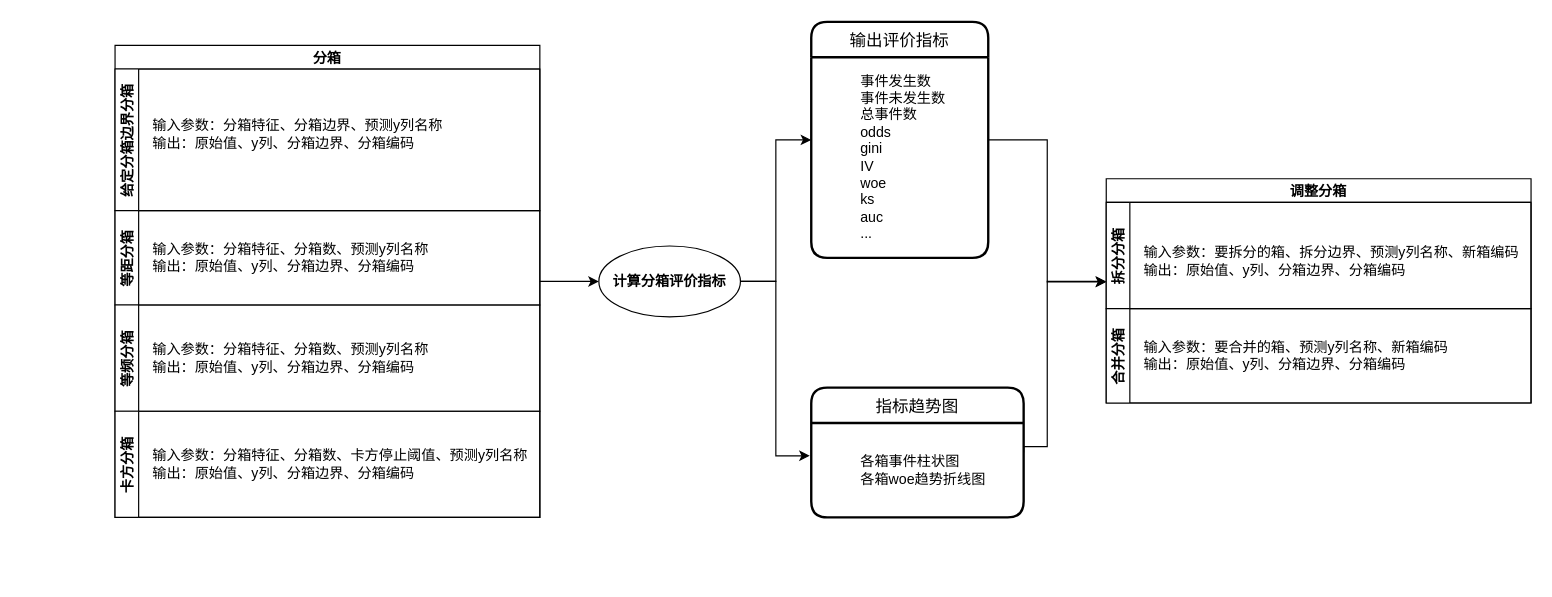
Earlier version of the draw.io diagram Untitled Diagram.drawio (muyu1202/drawio). Source tidied: cells renumbered, new cells numbered last; positions are measured from the earlier drawing's top-left corner, leaving out a move shared by most shapes. Both pictures are drawn from the tidied source at 118%, with x=0, y=0 at pixel (114, 21).
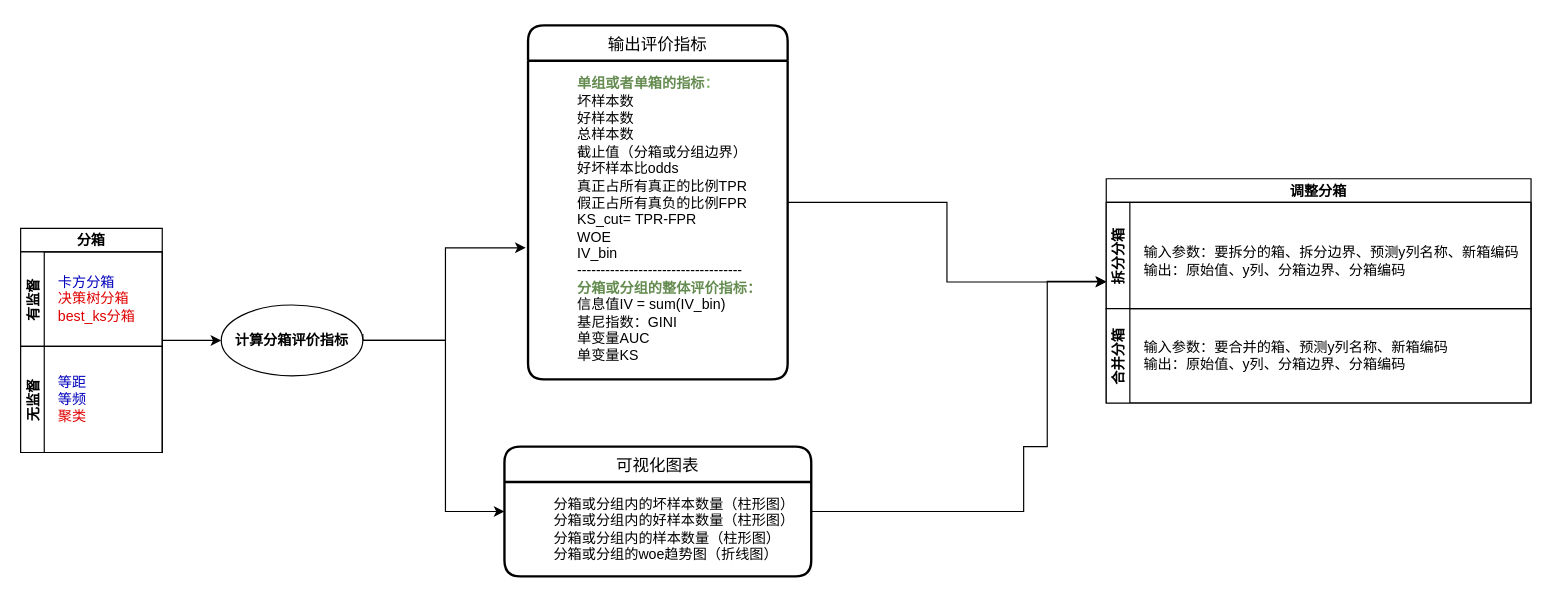
Above is the later version.

The edit, as a diff of the source:
```diff
@@
     <mxCell id="3" value="分箱" style="swimlane;horizontal=1;startSize=20;" parent="1" vertex="1">
-      <mxGeometry y="20" width="360" height="400" as="geometry" />
+      <mxGeometry x="-80" y="175" width="120" height="190" as="geometry" />
     </mxCell>
-    <mxCell id="4" value="给定分箱边界分箱" style="swimlane;startSize=20;horizontal=0;" parent="3" vertex="1">
-      <mxGeometry y="20" width="360" height="120" as="geometry" />
-    </mxCell>
-    <mxCell id="5" value="输入参数：分箱特征、分箱边界、预测y列名称&lt;br&gt;输出：原始值、y列、分箱边界、分箱编码" style="text;html=1;align=left;verticalAlign=middle;strokeColor=none;fillColor=none;" parent="4" vertex="1">
-      <mxGeometry x="30" y="40" width="260" height="30" as="geometry" />
-    </mxCell>
-    <mxCell id="6" value="等距分箱" style="swimlane;startSize=20;horizontal=0;" parent="3" vertex="1">
-      <mxGeometry y="140" width="360" height="80" as="geometry" />
+    <mxCell id="6" value="有监督" style="swimlane;startSize=20;horizontal=0;" parent="3" vertex="1">
+      <mxGeometry y="20" width="120" height="80" as="geometry" />
     </mxCell>
-    <mxCell id="7" value="输入参数：分箱特征、分箱数、预测y列名称&lt;br&gt;输出：原始值、y列、分箱边界、分箱编码" style="text;html=1;align=left;verticalAlign=middle;strokeColor=none;fillColor=none;" parent="6" vertex="1">
-      <mxGeometry x="30" y="25" width="250" height="30" as="geometry" />
+    <mxCell id="7" value="&lt;font color=&quot;#0000bd&quot;&gt;卡方分箱&lt;/font&gt;&lt;br&gt;&lt;font color=&quot;#e00000&quot;&gt;决策树分箱&lt;br&gt;best_ks分箱&lt;/font&gt;" style="text;html=1;align=left;verticalAlign=middle;strokeColor=none;fillColor=none;" parent="6" vertex="1">
+      <mxGeometry x="30" y="15" width="80" height="50" as="geometry" />
     </mxCell>
-    <mxCell id="8" value="等频分箱" style="swimlane;startSize=20;horizontal=0;" parent="3" vertex="1">
-      <mxGeometry y="220" width="360" height="90" as="geometry" />
+    <mxCell id="8" value="无监督" style="swimlane;startSize=20;horizontal=0;" parent="3" vertex="1">
+      <mxGeometry y="100" width="120" height="90" as="geometry" />
     </mxCell>
-    <mxCell id="9" value="输入参数：分箱特征、分箱数、预测y列名称&lt;br&gt;输出：原始值、y列、分箱边界、分箱编码" style="text;html=1;align=left;verticalAlign=middle;strokeColor=none;fillColor=none;" parent="8" vertex="1">
-      <mxGeometry x="30" y="30" width="250" height="30" as="geometry" />
+    <mxCell id="9" value="&lt;font color=&quot;#0000bd&quot;&gt;等距&lt;br&gt;等频&lt;/font&gt;&lt;br&gt;&lt;font color=&quot;#e00000&quot;&gt;聚类&lt;/font&gt;" style="text;html=1;align=left;verticalAlign=middle;strokeColor=none;fillColor=none;" parent="8" vertex="1">
+      <mxGeometry x="30" y="20" width="40" height="50" as="geometry" />
     </mxCell>
-    <mxCell id="10" value="卡方分箱" style="swimlane;startSize=20;horizontal=0;" parent="3" vertex="1">
-      <mxGeometry y="310" width="360" height="90" as="geometry" />
-    </mxCell>
-    <mxCell id="11" value="输入参数：分箱特征、分箱数、卡方停止阈值、预测y列名称&lt;br&gt;输出：原始值、y列、分箱边界、分箱编码" style="text;html=1;align=left;verticalAlign=middle;strokeColor=none;fillColor=none;" parent="10" vertex="1">
-      <mxGeometry x="30" y="30" width="330" height="30" as="geometry" />
-    </mxCell>
-    <mxCell id="12" style="edgeStyle=orthogonalEdgeStyle;rounded=0;jettySize=auto;html=1;entryX=0;entryY=0.412;entryDx=0;entryDy=0;entryPerimeter=0;" parent="1" edge="1" source="14" target="17">
-      <mxGeometry relative="1" as="geometry" />
-    </mxCell>
-    <mxCell id="13" style="edgeStyle=orthogonalEdgeStyle;rounded=0;jettySize=auto;html=1;exitX=1;exitY=0.5;exitDx=0;exitDy=0;entryX=-0.007;entryY=0.347;entryDx=0;entryDy=0;entryPerimeter=0;" parent="1" edge="1" source="14" target="25">
-      <mxGeometry relative="1" as="geometry">
-        <Array as="points">
-          <mxPoint x="560" y="220" />
-          <mxPoint x="560" y="368" />
-        </Array>
-      </mxGeometry>
-    </mxCell>
+    <mxCell id="26" style="edgeStyle=orthogonalEdgeStyle;rounded=0;orthogonalLoop=1;jettySize=auto;html=1;exitX=1;exitY=0.5;exitDx=0;exitDy=0;entryX=-0.009;entryY=0.422;entryDx=0;entryDy=0;entryPerimeter=0;" parent="1" edge="1">
+      <mxGeometry relative="1" as="geometry">
+        <mxPoint x="210" y="264.6" as="sourcePoint" />
+        <mxPoint x="348" y="191.5" as="targetPoint" />
+        <Array as="points">
+          <mxPoint x="210" y="270" />
+          <mxPoint x="280" y="270" />
+          <mxPoint x="280" y="192" />
+        </Array>
+      </mxGeometry>
+    </mxCell>
+    <mxCell id="27" style="edgeStyle=orthogonalEdgeStyle;rounded=0;jettySize=auto;html=1;exitX=1;exitY=0.5;exitDx=0;exitDy=0;entryX=0;entryY=0.5;entryDx=0;entryDy=0;" parent="1" edge="1" source="14" target="24">
+      <mxGeometry relative="1" as="geometry">
+        <Array as="points">
+          <mxPoint x="280" y="270" />
+          <mxPoint x="280" y="415" />
+        </Array>
+      </mxGeometry>
+    </mxCell>
     <mxCell id="14" value="计算分箱评价指标" style="ellipse;whiteSpace=wrap;html=1;fontStyle=1;startSize=20;" parent="1" vertex="1">
-      <mxGeometry x="410" y="190" width="120" height="60" as="geometry" />
+      <mxGeometry x="90" y="240" width="120" height="60" as="geometry" />
     </mxCell>
@@
     <mxCell id="16" value="输出评价指标" style="swimlane;horizontal=1;startSize=30;rounded=1;fontSize=14;fontStyle=0;strokeWidth=2;shadow=0;dashed=0;align=center;" parent="1" vertex="1">
-      <mxGeometry x="590" width="150" height="200" as="geometry" />
+      <mxGeometry x="350" y="3" width="220" height="300" as="geometry" />
     </mxCell>
-    <mxCell id="17" value="&lt;blockquote style=&quot;margin: 0 0 0 40px ; border: none ; padding: 0px&quot;&gt;&lt;/blockquote&gt;&lt;blockquote style=&quot;margin: 0 0 0 40px ; border: none ; padding: 0px&quot;&gt;&lt;span&gt;事件发生数&lt;br&gt;&lt;/span&gt;&lt;span&gt;事件未发生数&lt;br&gt;&lt;/span&gt;&lt;span&gt;总事件数&lt;br&gt;&lt;/span&gt;&lt;span&gt;odds&lt;br&gt;&lt;/span&gt;&lt;span&gt;gini&lt;br&gt;&lt;/span&gt;&lt;span&gt;IV&lt;br&gt;&lt;/span&gt;&lt;span&gt;woe&lt;br&gt;&lt;/span&gt;&lt;span&gt;ks&lt;br&gt;&lt;/span&gt;&lt;span&gt;auc&lt;br&gt;&lt;/span&gt;&lt;span&gt;...&lt;/span&gt;&lt;/blockquote&gt;&lt;blockquote style=&quot;margin: 0 0 0 40px ; border: none ; padding: 0px&quot;&gt;&lt;/blockquote&gt;&lt;blockquote style=&quot;margin: 0 0 0 40px ; border: none ; padding: 0px&quot;&gt;&lt;/blockquote&gt;&lt;blockquote style=&quot;margin: 0 0 0 40px ; border: none ; padding: 0px&quot;&gt;&lt;/blockquote&gt;&lt;blockquote style=&quot;margin: 0 0 0 40px ; border: none ; padding: 0px&quot;&gt;&lt;/blockquote&gt;&lt;blockquote style=&quot;margin: 0 0 0 40px ; border: none ; padding: 0px&quot;&gt;&lt;/blockquote&gt;&lt;blockquote style=&quot;margin: 0 0 0 40px ; border: none ; padding: 0px&quot;&gt;&lt;/blockquote&gt;&lt;blockquote style=&quot;margin: 0 0 0 40px ; border: none ; padding: 0px&quot;&gt;&lt;/blockquote&gt;&lt;blockquote style=&quot;margin: 0 0 0 40px ; border: none ; padding: 0px&quot;&gt;&lt;/blockquote&gt;" style="text;html=1;align=left;verticalAlign=middle;points=[];strokeColor=none;fillColor=none;" parent="16" vertex="1">
-      <mxGeometry y="30" width="150" height="170" as="geometry" />
+    <mxCell id="17" value="&lt;blockquote style=&quot;margin: 0 0 0 40px ; border: none ; padding: 0px&quot;&gt;&lt;/blockquote&gt;&lt;blockquote style=&quot;margin: 0 0 0 40px ; border: none ; padding: 0px&quot;&gt;&lt;b&gt;&lt;font color=&quot;#658c50&quot;&gt;单组或者单箱的指标&lt;/font&gt;&lt;font color=&quot;#85b869&quot;&gt;：&lt;/font&gt;&lt;/b&gt;&lt;/blockquote&gt;&lt;blockquote style=&quot;margin: 0 0 0 40px ; border: none ; padding: 0px&quot;&gt;坏样本数&lt;/blockquote&gt;&lt;blockquote style=&quot;margin: 0 0 0 40px ; border: none ; padding: 0px&quot;&gt;&lt;span&gt;好样本数&lt;/span&gt;&lt;/blockquote&gt;&lt;blockquote style=&quot;margin: 0 0 0 40px ; border: none ; padding: 0px&quot;&gt;&lt;span&gt;总样本数&lt;/span&gt;&lt;/blockquote&gt;&lt;blockquote style=&quot;margin: 0 0 0 40px ; border: none ; padding: 0px&quot;&gt;&lt;span&gt;截止值（分箱或分组边界）&lt;br&gt;&lt;/span&gt;&lt;span&gt;好坏样本比odds&lt;br&gt;&lt;/span&gt;&lt;span&gt;真正占所有真正的比例TPR&lt;/span&gt;&lt;/blockquote&gt;&lt;blockquote style=&quot;margin: 0 0 0 40px ; border: none ; padding: 0px&quot;&gt;&lt;span&gt;假正占所有真负的比例FPR&lt;br&gt;&lt;/span&gt;&lt;span&gt;KS_cut=&amp;nbsp;&lt;/span&gt;TPR-FPR&lt;span&gt;&lt;br&gt;&lt;/span&gt;&lt;span&gt;WOE&lt;/span&gt;&lt;/blockquote&gt;&lt;blockquote style=&quot;margin: 0 0 0 40px ; border: none ; padding: 0px&quot;&gt;&lt;span&gt;IV_bin&lt;/span&gt;&lt;/blockquote&gt;&lt;blockquote style=&quot;margin: 0 0 0 40px ; border: none ; padding: 0px&quot;&gt;-----------------------------------&lt;/blockquote&gt;&lt;blockquote style=&quot;margin: 0 0 0 40px ; border: none ; padding: 0px&quot;&gt;&lt;b&gt;&lt;font color=&quot;#658c50&quot;&gt;分箱或分组的整体评价指标：&lt;/font&gt;&lt;/b&gt;&lt;/blockquote&gt;&lt;blockquote style=&quot;margin: 0 0 0 40px ; border: none ; padding: 0px&quot;&gt;信息值IV = sum(IV_bin)&lt;/blockquote&gt;&lt;blockquote style=&quot;margin: 0 0 0 40px ; border: none ; padding: 0px&quot;&gt;基尼指数：GINI&lt;/blockquote&gt;&lt;blockquote style=&quot;margin: 0 0 0 40px ; border: none ; padding: 0px&quot;&gt;单变量AUC&lt;/blockquote&gt;&lt;blockquote style=&quot;margin: 0 0 0 40px ; border: none ; padding: 0px&quot;&gt;单变量KS&lt;/blockquote&gt;&lt;blockquote style=&quot;margin: 0 0 0 40px ; border: none ; padding: 0px&quot;&gt;&lt;/blockquote&gt;&lt;blockquote style=&quot;margin: 0 0 0 40px ; border: none ; padding: 0px&quot;&gt;&lt;/blockquote&gt;&lt;blockquote style=&quot;margin: 0 0 0 40px ; border: none ; padding: 0px&quot;&gt;&lt;/blockquote&gt;&lt;blockquote style=&quot;margin: 0 0 0 40px ; border: none ; padding: 0px&quot;&gt;&lt;/blockquote&gt;&lt;blockquote style=&quot;margin: 0 0 0 40px ; border: none ; padding: 0px&quot;&gt;&lt;/blockquote&gt;&lt;blockquote style=&quot;margin: 0 0 0 40px ; border: none ; padding: 0px&quot;&gt;&lt;/blockquote&gt;&lt;blockquote style=&quot;margin: 0 0 0 40px ; border: none ; padding: 0px&quot;&gt;&lt;/blockquote&gt;&lt;blockquote style=&quot;margin: 0 0 0 40px ; border: none ; padding: 0px&quot;&gt;&lt;/blockquote&gt;" style="text;html=1;align=left;verticalAlign=middle;points=[];strokeColor=none;fillColor=none;" parent="16" vertex="1">
+      <mxGeometry y="30" width="220" height="270" as="geometry" />
     </mxCell>
@@
-    <mxCell id="24" value="指标趋势图" style="swimlane;horizontal=1;startSize=30;rounded=1;fontSize=14;fontStyle=0;strokeWidth=2;shadow=0;dashed=0;align=center;" parent="1" vertex="1">
-      <mxGeometry x="590" y="310" width="180" height="110" as="geometry" />
+    <mxCell id="24" value="可视化图表" style="swimlane;horizontal=1;startSize=30;rounded=1;fontSize=14;fontStyle=0;strokeWidth=2;shadow=0;dashed=0;align=center;" parent="1" vertex="1">
+      <mxGeometry x="330" y="360" width="260" height="110" as="geometry" />
     </mxCell>
-    <mxCell id="25" value="&lt;blockquote style=&quot;margin: 0 0 0 40px ; border: none ; padding: 0px&quot;&gt;&lt;/blockquote&gt;&lt;blockquote style=&quot;margin: 0 0 0 40px ; border: none ; padding: 0px&quot;&gt;&lt;span&gt;各箱事件柱状图&lt;/span&gt;&lt;/blockquote&gt;&lt;blockquote style=&quot;margin: 0 0 0 40px ; border: none ; padding: 0px&quot;&gt;各箱woe趋势折线图&lt;/blockquote&gt;&lt;blockquote style=&quot;margin: 0 0 0 40px ; border: none ; padding: 0px&quot;&gt;&lt;/blockquote&gt;&lt;blockquote style=&quot;margin: 0 0 0 40px ; border: none ; padding: 0px&quot;&gt;&lt;/blockquote&gt;&lt;blockquote style=&quot;margin: 0 0 0 40px ; border: none ; padding: 0px&quot;&gt;&lt;/blockquote&gt;&lt;blockquote style=&quot;margin: 0 0 0 40px ; border: none ; padding: 0px&quot;&gt;&lt;/blockquote&gt;&lt;blockquote style=&quot;margin: 0 0 0 40px ; border: none ; padding: 0px&quot;&gt;&lt;/blockquote&gt;&lt;blockquote style=&quot;margin: 0 0 0 40px ; border: none ; padding: 0px&quot;&gt;&lt;/blockquote&gt;&lt;blockquote style=&quot;margin: 0 0 0 40px ; border: none ; padding: 0px&quot;&gt;&lt;/blockquote&gt;&lt;blockquote style=&quot;margin: 0 0 0 40px ; border: none ; padding: 0px&quot;&gt;&lt;/blockquote&gt;" style="text;html=1;align=left;verticalAlign=middle;points=[];strokeColor=none;fillColor=none;" parent="24" vertex="1">
-      <mxGeometry y="30" width="180" height="80" as="geometry" />
+    <mxCell id="25" value="&lt;blockquote style=&quot;margin: 0 0 0 40px ; border: none ; padding: 0px&quot;&gt;&lt;/blockquote&gt;&lt;blockquote style=&quot;margin: 0 0 0 40px ; border: none ; padding: 0px&quot;&gt;分箱或分组内的坏样本数量（柱形图）&lt;/blockquote&gt;&lt;blockquote style=&quot;margin: 0 0 0 40px ; border: none ; padding: 0px&quot;&gt;分箱或分组内的好样本数量（柱形图）&lt;/blockquote&gt;&lt;blockquote style=&quot;margin: 0 0 0 40px ; border: none ; padding: 0px&quot;&gt;分箱或分组内的样本数量（柱形图）&lt;/blockquote&gt;&lt;blockquote style=&quot;margin: 0 0 0 40px ; border: none ; padding: 0px&quot;&gt;&lt;span&gt;分箱或分组的woe趋势图（折线图）&lt;/span&gt;&lt;/blockquote&gt;&lt;blockquote style=&quot;margin: 0 0 0 40px ; border: none ; padding: 0px&quot;&gt;&lt;/blockquote&gt;&lt;blockquote style=&quot;margin: 0 0 0 40px ; border: none ; padding: 0px&quot;&gt;&lt;/blockquote&gt;&lt;blockquote style=&quot;margin: 0 0 0 40px ; border: none ; padding: 0px&quot;&gt;&lt;/blockquote&gt;&lt;blockquote style=&quot;margin: 0 0 0 40px ; border: none ; padding: 0px&quot;&gt;&lt;/blockquote&gt;&lt;blockquote style=&quot;margin: 0 0 0 40px ; border: none ; padding: 0px&quot;&gt;&lt;/blockquote&gt;&lt;blockquote style=&quot;margin: 0 0 0 40px ; border: none ; padding: 0px&quot;&gt;&lt;/blockquote&gt;&lt;blockquote style=&quot;margin: 0 0 0 40px ; border: none ; padding: 0px&quot;&gt;&lt;/blockquote&gt;&lt;blockquote style=&quot;margin: 0 0 0 40px ; border: none ; padding: 0px&quot;&gt;&lt;/blockquote&gt;" style="text;html=1;align=left;verticalAlign=middle;points=[];strokeColor=none;fillColor=none;" parent="24" vertex="1">
+      <mxGeometry y="30" width="260" height="80" as="geometry" />
     </mxCell>
```
